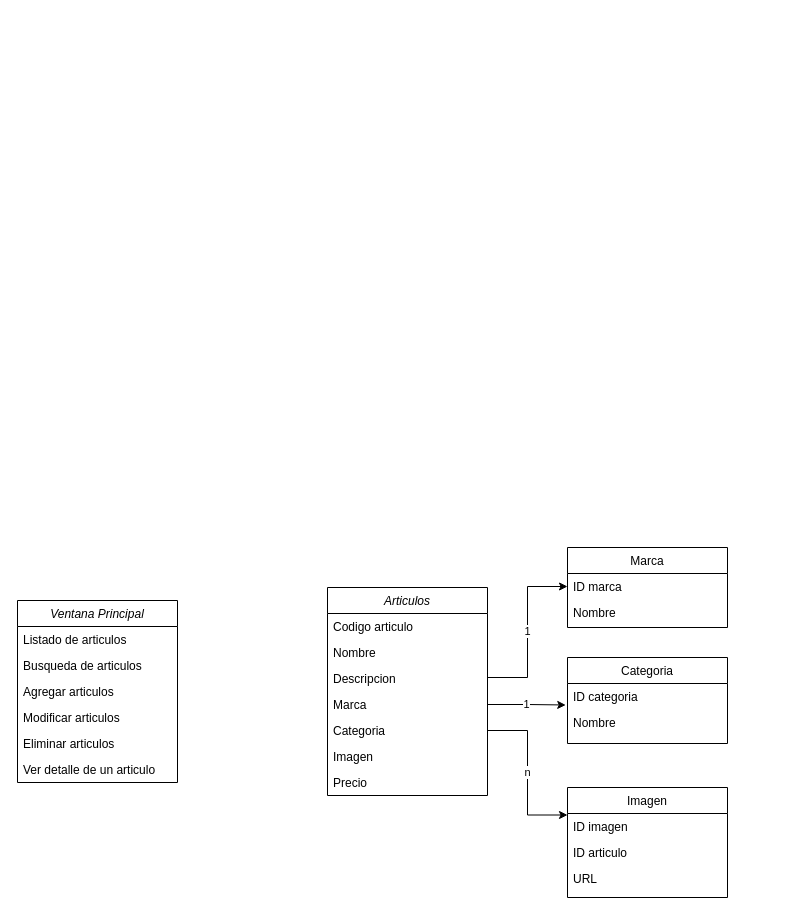
This is diagramaClases-Ventanas.drawio from ludmiladichiera/tp-winform-equipo-10A, a draw.io file, before an edit. Source tidied: cells renumbered, new cells numbered last; positions are measured from the earlier drawing's top-left corner, leaving out a move shared by most shapes. Both pictures are drawn from the tidied source at 100%, with x=0, y=0 at pixel (17, 547).
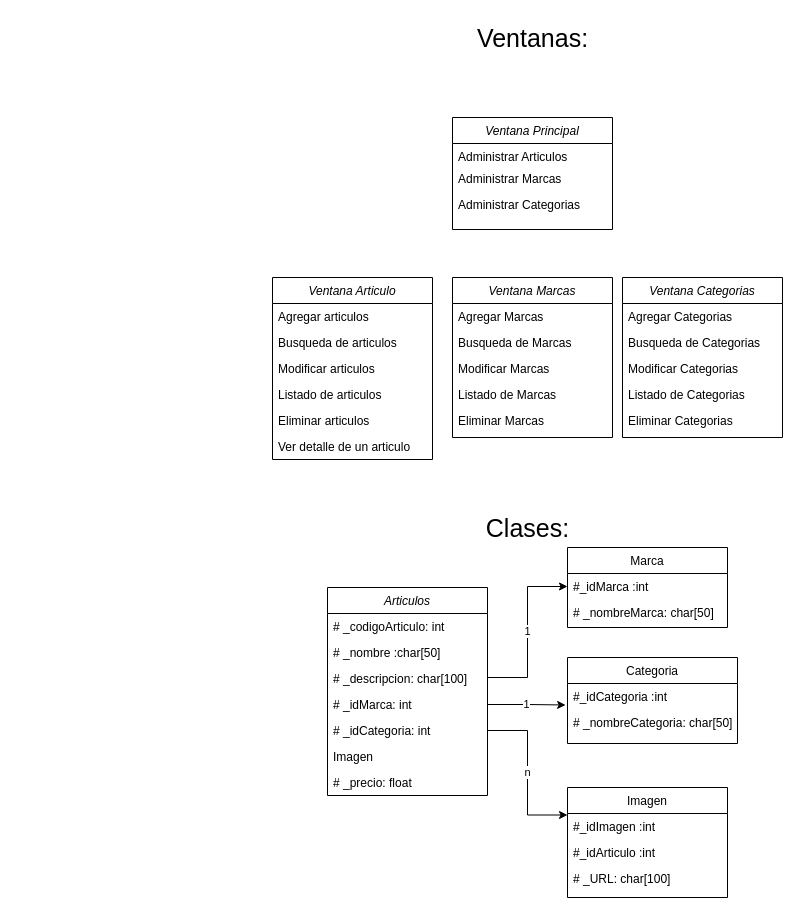
The same diagram, later.

Commit message:
realice cambios en las ventanas y clases

The change refers to these unchanged cells:
```xml
<mxCell id="3" value="Articulos" style="swimlane;fontStyle=2;align=center;verticalAlign=top;horizontal=1;startSize=26;rounded=0;shadow=0;strokeWidth=1;" parent="1" vertex="1">
  <mxGeometry x="310" y="40" width="160" height="208" as="geometry" />
</mxCell>
<mxCell id="11" value="Imagen" style="swimlane;fontStyle=0;align=center;verticalAlign=top;horizontal=1;startSize=26;rounded=0;shadow=0;strokeWidth=1;" parent="1" vertex="1">
  <mxGeometry x="550" y="240" width="160" height="110" as="geometry" />
</mxCell>
<mxCell id="18" value="Marca" style="swimlane;fontStyle=0;align=center;verticalAlign=top;horizontal=1;startSize=26;rounded=0;shadow=0;strokeWidth=1;" parent="1" vertex="1">
  <mxGeometry x="550" width="160" height="80" as="geometry" />
</mxCell>
```

The edit, as a diff of the source:
```diff
@@
-    <mxCell id="4" value="Codigo articulo" style="text;align=left;verticalAlign=top;spacingLeft=4;spacingRight=4;overflow=hidden;" parent="3" vertex="1">
+    <mxCell id="4" value="# _codigoArticulo: int" style="text;align=left;verticalAlign=top;spacingLeft=4;spacingRight=4;overflow=hidden;" parent="3" vertex="1">
       <mxGeometry y="26" width="160" height="26" as="geometry" />
     </mxCell>
-    <mxCell id="5" value="Nombre" style="text;align=left;verticalAlign=top;spacingLeft=4;spacingRight=4;overflow=hidden;rounded=0;shadow=0;html=0;" parent="3" vertex="1">
+    <mxCell id="5" value="# _nombre :char[50]" style="text;align=left;verticalAlign=top;spacingLeft=4;spacingRight=4;overflow=hidden;rounded=0;shadow=0;html=0;" parent="3" vertex="1">
       <mxGeometry y="52" width="160" height="26" as="geometry" />
     </mxCell>
-    <mxCell id="6" value="Descripcion" style="text;align=left;verticalAlign=top;spacingLeft=4;spacingRight=4;overflow=hidden;rounded=0;shadow=0;html=0;" parent="3" vertex="1">
+    <mxCell id="6" value="# _descripcion: char[100]" style="text;align=left;verticalAlign=top;spacingLeft=4;spacingRight=4;overflow=hidden;rounded=0;shadow=0;html=0;" parent="3" vertex="1">
       <mxGeometry y="78" width="160" height="26" as="geometry" />
     </mxCell>
-    <mxCell id="7" value="Marca" style="text;align=left;verticalAlign=top;spacingLeft=4;spacingRight=4;overflow=hidden;points=[[0,0.5],[1,0.5]];portConstraint=eastwest;rounded=0;shadow=0;html=0;" parent="3" vertex="1">
+    <mxCell id="7" value="# _idMarca: int" style="text;align=left;verticalAlign=top;spacingLeft=4;spacingRight=4;overflow=hidden;points=[[0,0.5],[1,0.5]];portConstraint=eastwest;rounded=0;shadow=0;html=0;" parent="3" vertex="1">
       <mxGeometry y="104" width="160" height="26" as="geometry" />
     </mxCell>
-    <mxCell id="8" value="Categoria    " style="text;align=left;verticalAlign=top;spacingLeft=4;spacingRight=4;overflow=hidden;points=[[0,0.5],[1,0.5]];portConstraint=eastwest;rounded=0;shadow=0;html=0;" parent="3" vertex="1">
+    <mxCell id="8" value="# _idCategoria: int" style="text;align=left;verticalAlign=top;spacingLeft=4;spacingRight=4;overflow=hidden;points=[[0,0.5],[1,0.5]];portConstraint=eastwest;rounded=0;shadow=0;html=0;" parent="3" vertex="1">
       <mxGeometry y="130" width="160" height="26" as="geometry" />
     </mxCell>
@@
-    <mxCell id="10" value="Precio" style="text;align=left;verticalAlign=top;spacingLeft=4;spacingRight=4;overflow=hidden;rounded=0;shadow=0;html=0;" parent="3" vertex="1">
+    <mxCell id="10" value="# _precio: float" style="text;align=left;verticalAlign=top;spacingLeft=4;spacingRight=4;overflow=hidden;rounded=0;shadow=0;html=0;" parent="3" vertex="1">
       <mxGeometry y="182" width="160" height="26" as="geometry" />
     </mxCell>
@@
-    <mxCell id="12" value="ID imagen" style="text;align=left;verticalAlign=top;spacingLeft=4;spacingRight=4;overflow=hidden;" parent="11" vertex="1">
+    <mxCell id="12" value="#_idImagen :int" style="text;align=left;verticalAlign=top;spacingLeft=4;spacingRight=4;overflow=hidden;" parent="11" vertex="1">
       <mxGeometry y="26" width="160" height="26" as="geometry" />
     </mxCell>
-    <mxCell id="13" value="ID articulo" style="text;align=left;verticalAlign=top;spacingLeft=4;spacingRight=4;overflow=hidden;rounded=0;shadow=0;html=0;" parent="11" vertex="1">
+    <mxCell id="13" value="#_idArticulo :int" style="text;align=left;verticalAlign=top;spacingLeft=4;spacingRight=4;overflow=hidden;rounded=0;shadow=0;html=0;" parent="11" vertex="1">
       <mxGeometry y="52" width="160" height="26" as="geometry" />
     </mxCell>
-    <mxCell id="14" value="URL" style="text;align=left;verticalAlign=top;spacingLeft=4;spacingRight=4;overflow=hidden;fontStyle=0;" parent="11" vertex="1">
+    <mxCell id="14" value="# _URL: char[100]" style="text;align=left;verticalAlign=top;spacingLeft=4;spacingRight=4;overflow=hidden;fontStyle=0;" parent="11" vertex="1">
       <mxGeometry y="78" width="160" height="26" as="geometry" />
     </mxCell>
     <mxCell id="15" value="Categoria" style="swimlane;fontStyle=0;align=center;verticalAlign=top;horizontal=1;startSize=26;rounded=0;shadow=0;strokeWidth=1;" parent="1" vertex="1">
-      <mxGeometry x="550" y="110" width="160" height="86" as="geometry" />
+      <mxGeometry x="550" y="110" width="170" height="86" as="geometry" />
     </mxCell>
-    <mxCell id="16" value="ID categoria" style="text;align=left;verticalAlign=top;spacingLeft=4;spacingRight=4;overflow=hidden;points=[[0,0.5],[1,0.5]];portConstraint=eastwest;" parent="15" vertex="1">
-      <mxGeometry y="26" width="160" height="26" as="geometry" />
+    <mxCell id="16" value="#_idCategoria :int" style="text;align=left;verticalAlign=top;spacingLeft=4;spacingRight=4;overflow=hidden;points=[[0,0.5],[1,0.5]];portConstraint=eastwest;" parent="15" vertex="1">
+      <mxGeometry y="26" width="170" height="26" as="geometry" />
     </mxCell>
-    <mxCell id="17" value="Nombre" style="text;align=left;verticalAlign=top;spacingLeft=4;spacingRight=4;overflow=hidden;" parent="15" vertex="1">
-      <mxGeometry y="52" width="160" height="26" as="geometry" />
+    <mxCell id="17" value="# _nombreCategoria: char[50]" style="text;align=left;verticalAlign=top;spacingLeft=4;spacingRight=4;overflow=hidden;" parent="15" vertex="1">
+      <mxGeometry y="52" width="170" height="26" as="geometry" />
     </mxCell>
@@
-    <mxCell id="19" value="ID marca" style="text;align=left;verticalAlign=top;spacingLeft=4;spacingRight=4;overflow=hidden;points=[[0,0.5],[1,0.5]];portConstraint=eastwest;" parent="18" vertex="1">
+    <mxCell id="19" value="#_idMarca :int" style="text;align=left;verticalAlign=top;spacingLeft=4;spacingRight=4;overflow=hidden;points=[[0,0.5],[1,0.5]];portConstraint=eastwest;" parent="18" vertex="1">
       <mxGeometry y="26" width="160" height="26" as="geometry" />
     </mxCell>
-    <mxCell id="20" value="Nombre" style="text;align=left;verticalAlign=top;spacingLeft=4;spacingRight=4;overflow=hidden;rounded=0;shadow=0;html=0;" parent="18" vertex="1">
+    <mxCell id="20" value="# _nombreMarca: char[50]" style="text;align=left;verticalAlign=top;spacingLeft=4;spacingRight=4;overflow=hidden;rounded=0;shadow=0;html=0;" parent="18" vertex="1">
       <mxGeometry y="52" width="160" height="26" as="geometry" />
     </mxCell>
@@
-    <mxCell id="23" value="Ventana Principal" style="swimlane;fontStyle=2;align=center;verticalAlign=top;horizontal=1;startSize=26;rounded=0;shadow=0;strokeWidth=1;" parent="1" vertex="1">
-      <mxGeometry y="53" width="160" height="182" as="geometry" />
+    <mxCell id="23" value="Ventana Articulo" style="swimlane;fontStyle=2;align=center;verticalAlign=top;horizontal=1;startSize=26;rounded=0;shadow=0;strokeWidth=1;" parent="1" vertex="1">
+      <mxGeometry x="255" y="-270" width="160" height="182" as="geometry" />
     </mxCell>
+    <mxCell id="26" value="Agregar articulos" style="text;align=left;verticalAlign=top;spacingLeft=4;spacingRight=4;overflow=hidden;rounded=0;shadow=0;html=0;" parent="23" vertex="1">
+      <mxGeometry y="26" width="160" height="26" as="geometry" />
+    </mxCell>
+    <mxCell id="25" value="Busqueda de articulos" style="text;align=left;verticalAlign=top;spacingLeft=4;spacingRight=4;overflow=hidden;rounded=0;shadow=0;html=0;" parent="23" vertex="1">
+      <mxGeometry y="52" width="160" height="26" as="geometry" />
+    </mxCell>
+    <mxCell id="27" value="Modificar articulos" style="text;align=left;verticalAlign=top;spacingLeft=4;spacingRight=4;overflow=hidden;rounded=0;shadow=0;html=0;" parent="23" vertex="1">
+      <mxGeometry y="78" width="160" height="26" as="geometry" />
+    </mxCell>
     <mxCell id="24" value="Listado de articulos" style="text;align=left;verticalAlign=top;spacingLeft=4;spacingRight=4;overflow=hidden;" parent="23" vertex="1">
-      <mxGeometry y="26" width="160" height="26" as="geometry" />
+      <mxGeometry y="104" width="160" height="26" as="geometry" />
     </mxCell>
-    <mxCell id="25" value="Busqueda de articulos" style="text;align=left;verticalAlign=top;spacingLeft=4;spacingRight=4;overflow=hidden;rounded=0;shadow=0;html=0;" parent="23" vertex="1">
-      <mxGeometry y="52" width="160" height="26" as="geometry" />
-    </mxCell>
-    <mxCell id="26" value="Agregar articulos" style="text;align=left;verticalAlign=top;spacingLeft=4;spacingRight=4;overflow=hidden;rounded=0;shadow=0;html=0;" parent="23" vertex="1">
-      <mxGeometry y="78" width="160" height="26" as="geometry" />
-    </mxCell>
-    <mxCell id="27" value="Modificar articulos" style="text;align=left;verticalAlign=top;spacingLeft=4;spacingRight=4;overflow=hidden;rounded=0;shadow=0;html=0;" parent="23" vertex="1">
-      <mxGeometry y="104" width="160" height="26" as="geometry" />
-    </mxCell>
@@
+    <mxCell id="30" value="Ventana Principal" style="swimlane;fontStyle=2;align=center;verticalAlign=top;horizontal=1;startSize=26;rounded=0;shadow=0;strokeWidth=1;" parent="1" vertex="1">
+      <mxGeometry x="435" y="-430" width="160" height="112" as="geometry" />
+    </mxCell>
+    <mxCell id="31" value="Administrar Articulos" style="text;align=left;verticalAlign=top;spacingLeft=4;spacingRight=4;overflow=hidden;" parent="30" vertex="1">
+      <mxGeometry y="26" width="160" height="22" as="geometry" />
+    </mxCell>
+    <mxCell id="32" value="Administrar Marcas" style="text;align=left;verticalAlign=top;spacingLeft=4;spacingRight=4;overflow=hidden;rounded=0;shadow=0;html=0;" parent="30" vertex="1">
+      <mxGeometry y="48" width="160" height="26" as="geometry" />
+    </mxCell>
+    <mxCell id="33" value="Administrar Categorias" style="text;align=left;verticalAlign=top;spacingLeft=4;spacingRight=4;overflow=hidden;rounded=0;shadow=0;html=0;" parent="30" vertex="1">
+      <mxGeometry y="74" width="160" height="26" as="geometry" />
+    </mxCell>
+    <mxCell id="34" value="Ventana Marcas" style="swimlane;fontStyle=2;align=center;verticalAlign=top;horizontal=1;startSize=26;rounded=0;shadow=0;strokeWidth=1;" parent="1" vertex="1">
+      <mxGeometry x="435" y="-270" width="160" height="160" as="geometry" />
+    </mxCell>
+    <mxCell id="35" value="Agregar Marcas" style="text;align=left;verticalAlign=top;spacingLeft=4;spacingRight=4;overflow=hidden;rounded=0;shadow=0;html=0;" parent="34" vertex="1">
+      <mxGeometry y="26" width="160" height="26" as="geometry" />
+    </mxCell>
+    <mxCell id="36" value="Busqueda de Marcas" style="text;align=left;verticalAlign=top;spacingLeft=4;spacingRight=4;overflow=hidden;rounded=0;shadow=0;html=0;" parent="34" vertex="1">
+      <mxGeometry y="52" width="160" height="26" as="geometry" />
+    </mxCell>
+    <mxCell id="37" value="Modificar Marcas" style="text;align=left;verticalAlign=top;spacingLeft=4;spacingRight=4;overflow=hidden;rounded=0;shadow=0;html=0;" parent="34" vertex="1">
+      <mxGeometry y="78" width="160" height="26" as="geometry" />
+    </mxCell>
+    <mxCell id="38" value="Listado de Marcas" style="text;align=left;verticalAlign=top;spacingLeft=4;spacingRight=4;overflow=hidden;" parent="34" vertex="1">
+      <mxGeometry y="104" width="160" height="26" as="geometry" />
+    </mxCell>
+    <mxCell id="39" value="Eliminar Marcas" style="text;align=left;verticalAlign=top;spacingLeft=4;spacingRight=4;overflow=hidden;rounded=0;shadow=0;html=0;" parent="34" vertex="1">
+      <mxGeometry y="130" width="160" height="26" as="geometry" />
+    </mxCell>
+    <mxCell id="40" value="Ventana Categorias" style="swimlane;fontStyle=2;align=center;verticalAlign=top;horizontal=1;startSize=26;rounded=0;shadow=0;strokeWidth=1;" parent="1" vertex="1">
+      <mxGeometry x="605" y="-270" width="160" height="160" as="geometry" />
+    </mxCell>
+    <mxCell id="41" value="Agregar Categorias" style="text;align=left;verticalAlign=top;spacingLeft=4;spacingRight=4;overflow=hidden;rounded=0;shadow=0;html=0;" parent="40" vertex="1">
+      <mxGeometry y="26" width="160" height="26" as="geometry" />
+    </mxCell>
+    <mxCell id="42" value="Busqueda de Categorias" style="text;align=left;verticalAlign=top;spacingLeft=4;spacingRight=4;overflow=hidden;rounded=0;shadow=0;html=0;" parent="40" vertex="1">
+      <mxGeometry y="52" width="160" height="26" as="geometry" />
+    </mxCell>
+    <mxCell id="43" value="Modificar Categorias" style="text;align=left;verticalAlign=top;spacingLeft=4;spacingRight=4;overflow=hidden;rounded=0;shadow=0;html=0;" parent="40" vertex="1">
+      <mxGeometry y="78" width="160" height="26" as="geometry" />
+    </mxCell>
+    <mxCell id="44" value="Listado de Categorias" style="text;align=left;verticalAlign=top;spacingLeft=4;spacingRight=4;overflow=hidden;" parent="40" vertex="1">
+      <mxGeometry y="104" width="160" height="26" as="geometry" />
+    </mxCell>
+    <mxCell id="45" value="Eliminar Categorias" style="text;align=left;verticalAlign=top;spacingLeft=4;spacingRight=4;overflow=hidden;rounded=0;shadow=0;html=0;" parent="40" vertex="1">
+      <mxGeometry y="130" width="160" height="26" as="geometry" />
+    </mxCell>
+    <mxCell id="46" value="Clases:" style="text;html=1;align=center;verticalAlign=middle;strokeColor=none;fillColor=none;fontSize=25;" parent="1" vertex="1">
+      <mxGeometry x="455" y="-40" width="110" height="40" as="geometry" />
+    </mxCell>
+    <mxCell id="47" value="Ventanas:" style="text;html=1;align=center;verticalAlign=middle;strokeColor=none;fillColor=none;fontSize=25;" parent="1" vertex="1">
+      <mxGeometry x="450" y="-530" width="130" height="40" as="geometry" />
+    </mxCell>
```
